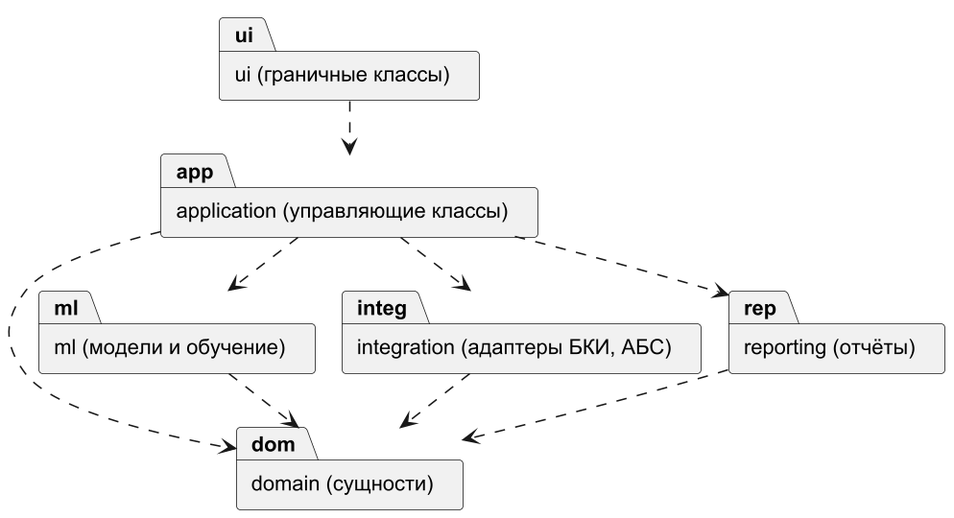
The PlantUML diagram diagrams/uml_packages.png in DarkSwordman999/credit-scoring-dss, before a commit.
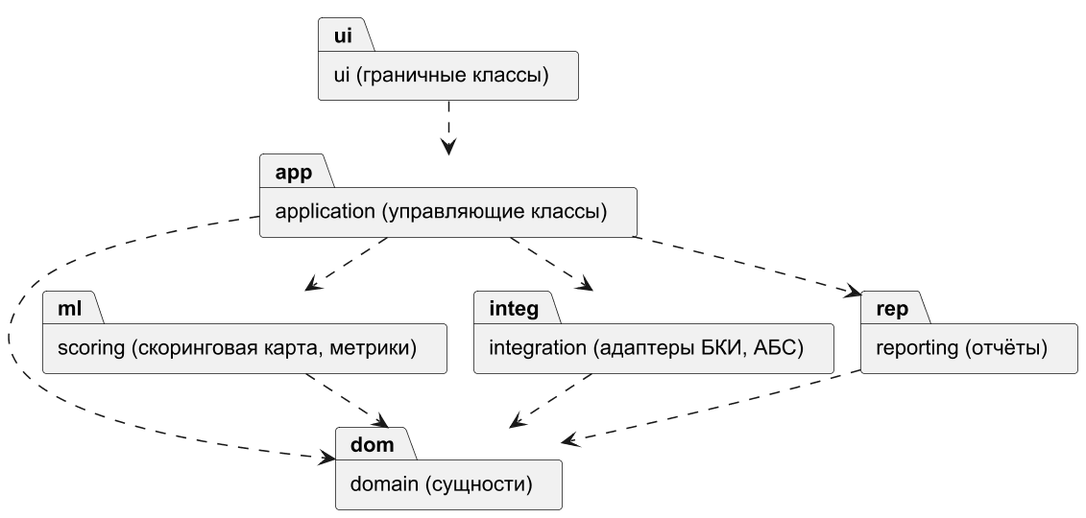
The same file after the commit.

What changed in the source:
```diff
@@ -7,7 +7,7 @@
 package "ui (граничные классы)" as ui
 package "application (управляющие классы)" as app
 package "domain (сущности)" as dom
-package "ml (модели и обучение)" as ml
+package "scoring (скоринговая карта, метрики)" as ml
 package "integration (адаптеры БКИ, АБС)" as integ
 package "reporting (отчёты)" as rep
 ui ..> app
```
